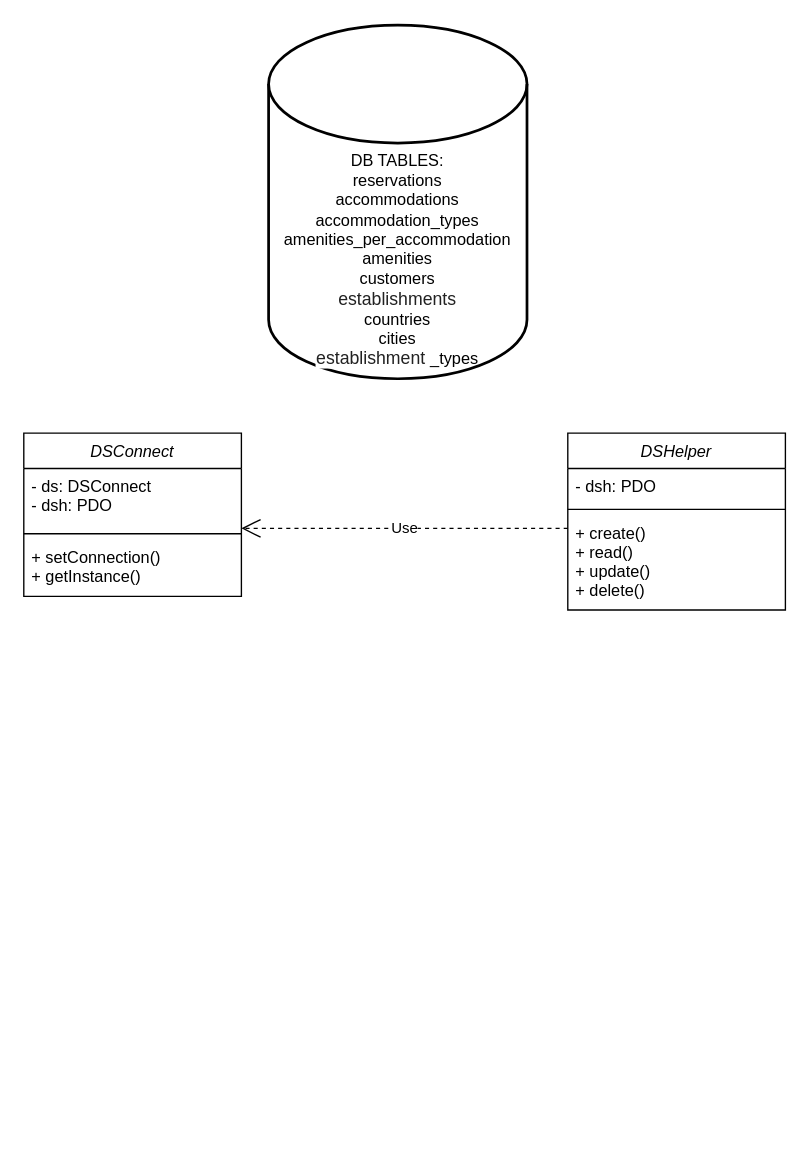
Above: uml/hotel_educom.drawio in redfiretim/Hotel_Admin_API (draw.io), before the change. Source tidied: cells renumbered, new cells numbered last; positions are measured from the earlier drawing's top-left corner, leaving out a move shared by most shapes. Both pictures are drawn from the tidied source at 136%, with x=0, y=0 at pixel (23, 24).
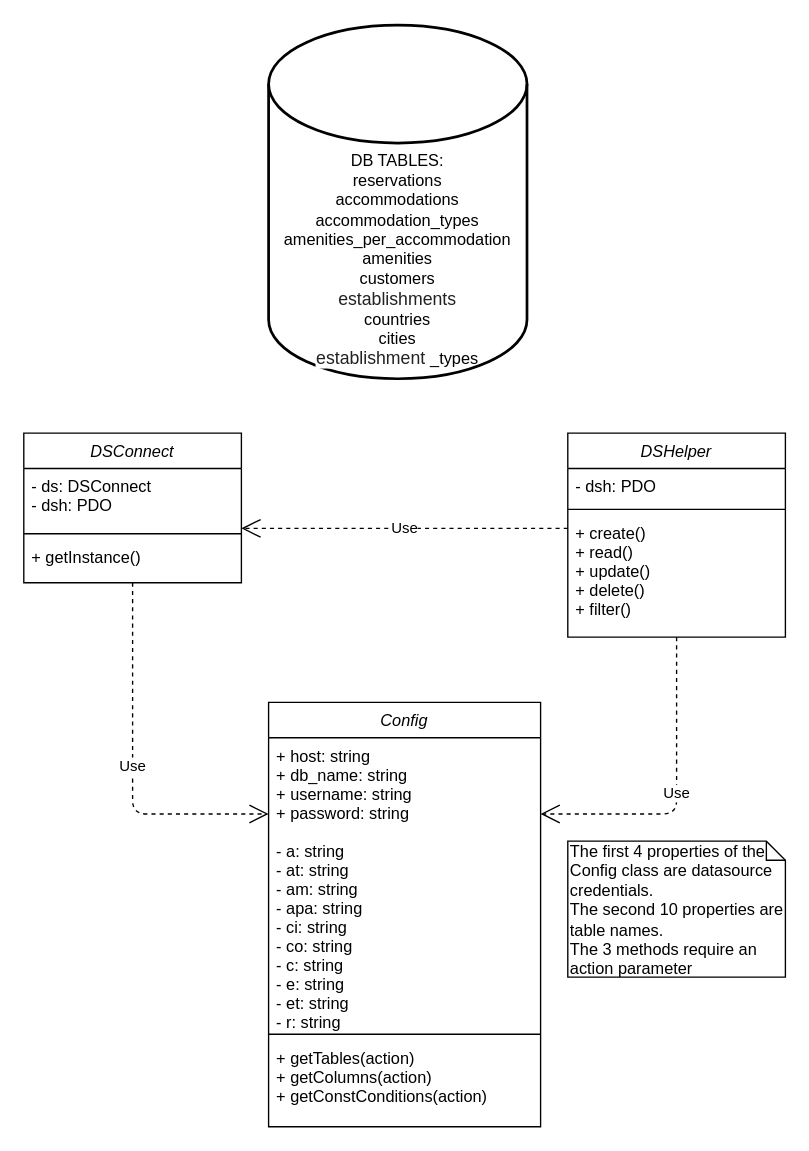
The same diagram, later.

Commit message:
Config class added + filter() added to DSHelper class

Diff of the diagram source:
```diff
@@
     <mxCell id="2" value="DSHelper" style="swimlane;fontStyle=2;align=center;verticalAlign=top;horizontal=1;startSize=26;rounded=0;shadow=0;strokeWidth=1;" parent="1" vertex="1">
-      <mxGeometry x="400" y="300" width="160" height="130" as="geometry" />
+      <mxGeometry x="400" y="300" width="160" height="150" as="geometry" />
     </mxCell>
@@
-    <mxCell id="5" value="+ create()&#10;+ read()&#10;+ update()&#10;+ delete()&#10;" style="text;align=left;verticalAlign=top;spacingLeft=4;spacingRight=4;overflow=hidden;" parent="2" vertex="1">
-      <mxGeometry y="60" width="160" height="70" as="geometry" />
+    <mxCell id="5" value="+ create()&#10;+ read()&#10;+ update()&#10;+ delete()&#10;+ filter()" style="text;align=left;verticalAlign=top;spacingLeft=4;spacingRight=4;overflow=hidden;" parent="2" vertex="1">
+      <mxGeometry y="60" width="160" height="90" as="geometry" />
     </mxCell>
     <mxCell id="6" value="DSConnect" style="swimlane;fontStyle=2;align=center;verticalAlign=top;horizontal=1;startSize=26;rounded=0;shadow=0;strokeWidth=1;" parent="1" vertex="1">
-      <mxGeometry y="300" width="160" height="120" as="geometry" />
+      <mxGeometry y="300" width="160" height="110" as="geometry" />
     </mxCell>
@@
-    <mxCell id="9" value="+ setConnection()&#10;+ getInstance()" style="text;align=left;verticalAlign=top;spacingLeft=4;spacingRight=4;overflow=hidden;" parent="6" vertex="1">
-      <mxGeometry y="78" width="160" height="42" as="geometry" />
+    <mxCell id="9" value="+ getInstance()" style="text;align=left;verticalAlign=top;spacingLeft=4;spacingRight=4;overflow=hidden;" parent="6" vertex="1">
+      <mxGeometry y="78" width="160" height="32" as="geometry" />
     </mxCell>
@@
+    <mxCell id="12" value="Config" style="swimlane;fontStyle=2;align=center;verticalAlign=top;horizontal=1;startSize=26;rounded=0;shadow=0;strokeWidth=1;" parent="1" vertex="1">
+      <mxGeometry x="180" y="498" width="200" height="312" as="geometry" />
+    </mxCell>
+    <mxCell id="13" value="+ host: string&#10;+ db_name: string&#10;+ username: string&#10;+ password: string&#10;&#10;- a: string&#10;- at: string&#10;- am: string&#10;- apa: string&#10;- ci: string&#10;- co: string&#10;- c: string&#10;- e: string&#10;- et: string&#10;- r: string" style="text;align=left;verticalAlign=top;spacingLeft=4;spacingRight=4;overflow=hidden;" parent="12" vertex="1">
+      <mxGeometry y="26" width="200" height="214" as="geometry" />
+    </mxCell>
+    <mxCell id="14" style="line;html=1;strokeWidth=1;align=left;verticalAlign=middle;spacingTop=-1;spacingLeft=3;spacingRight=3;labelPosition=right;" parent="12" vertex="1">
+      <mxGeometry y="240" width="200" height="8" as="geometry" />
+    </mxCell>
+    <mxCell id="15" value="+ getTables(action)&#10;+ getColumns(action)&#10;+ getConstConditions(action)" style="text;align=left;verticalAlign=top;spacingLeft=4;spacingRight=4;overflow=hidden;" parent="12" vertex="1">
+      <mxGeometry y="248" width="200" height="62" as="geometry" />
+    </mxCell>
+    <mxCell id="16" value="Use" style="endArrow=open;endSize=12;dashed=1;html=1;fontColor=#000000;strokeColor=#000000;edgeStyle=orthogonalEdgeStyle;" parent="1" edge="1" source="6" target="12">
+      <mxGeometry relative="1" as="geometry">
+        <Array as="points">
+          <mxPoint x="80" y="580" />
+        </Array>
+      </mxGeometry>
+    </mxCell>
+    <mxCell id="17" value="Use" style="endArrow=open;endSize=12;dashed=1;html=1;fontColor=#000000;strokeColor=#000000;edgeStyle=orthogonalEdgeStyle;" parent="1" edge="1" source="2" target="12">
+      <mxGeometry relative="1" as="geometry">
+        <Array as="points">
+          <mxPoint x="480" y="580" />
+        </Array>
+      </mxGeometry>
+    </mxCell>
+    <mxCell id="18" value="The first 4 properties of the Config class are datasource credentials. &lt;br&gt;The second 10 properties are table names.&lt;br&gt;The 3 methods require an action parameter" style="shape=note;whiteSpace=wrap;html=1;size=14;verticalAlign=top;align=left;spacingTop=-6;fillColor=none;gradientColor=none;" parent="1" vertex="1">
+      <mxGeometry x="400" y="600" width="160" height="100" as="geometry" />
+    </mxCell>
```
